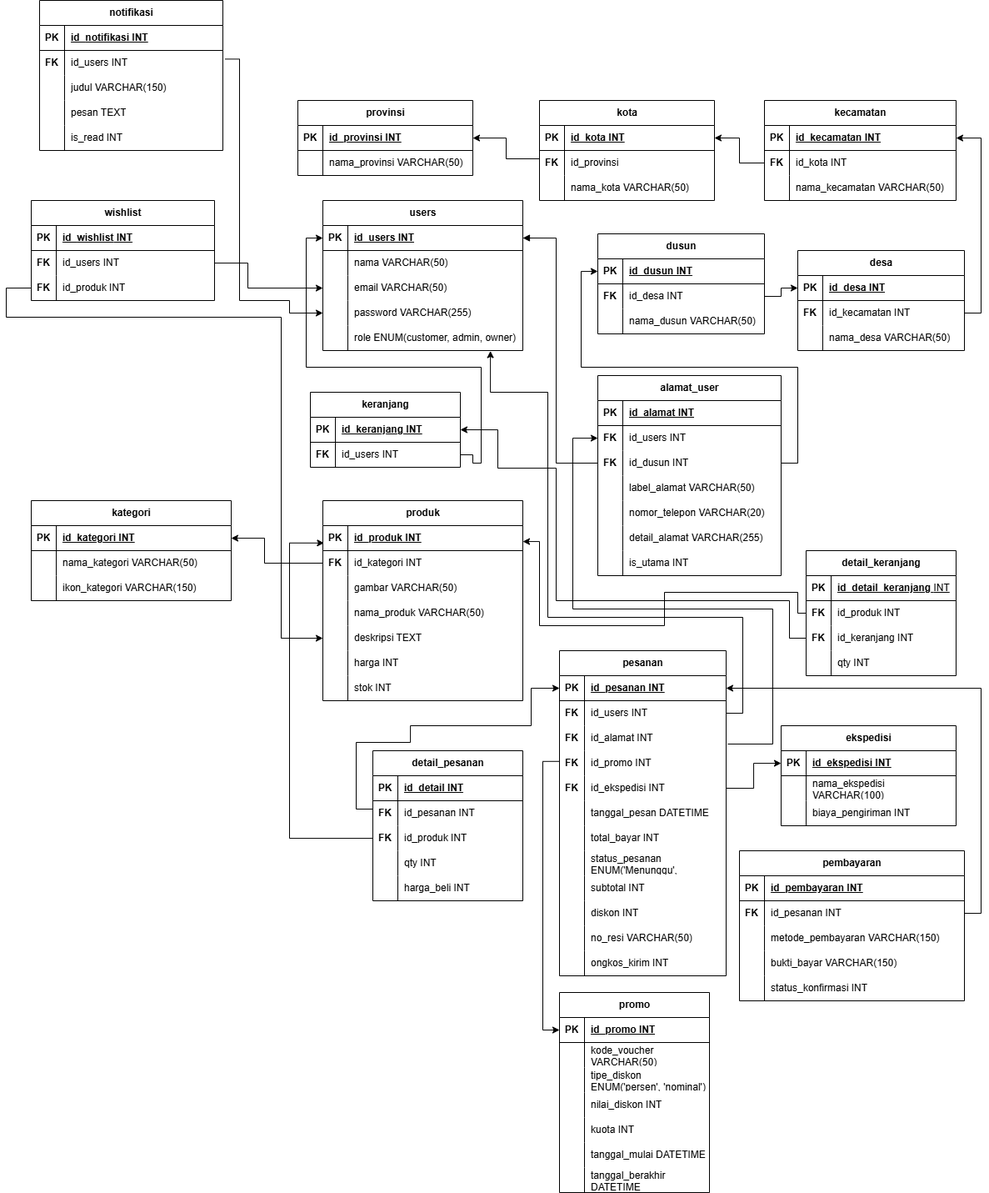
This is RELASI.drawio.png from muhammadainulfuady/elektronik-modern, a draw.io export, as it was before one commit. Source tidied: cells renumbered, new cells last; positions are measured from the earlier drawing's top-left corner, leaving out a move shared by most shapes.
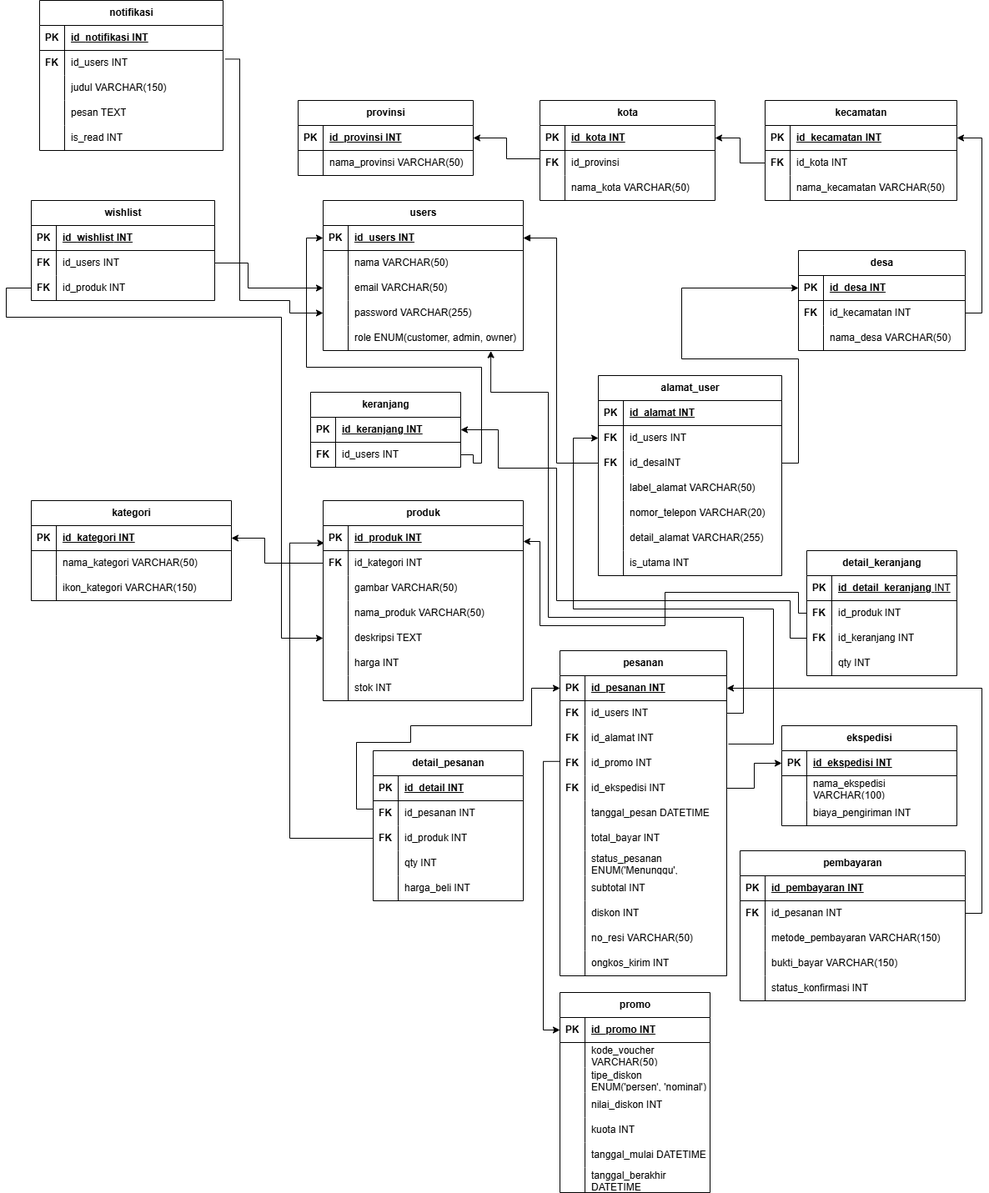
After the commit.

What changed in the source:
```diff
@@ -83,36 +83,6 @@
     <mxCell id="28" value="nama_desa VARCHAR(50)" style="shape=partialRectangle;fillColor=none;top=0;left=0;bottom=0;right=0;align=left;spacingLeft=6;overflow=hidden;whiteSpace=wrap;html=1;" parent="26" vertex="1">
       <mxGeometry x="30" width="170" height="30" as="geometry" />
     </mxCell>
-    <mxCell id="29" value="dusun" style="shape=table;startSize=30;rowLines=0;fontStyle=1;align=center;html=1;" parent="1" vertex="1">
-      <mxGeometry x="710" y="280" width="200" height="120" as="geometry" />
-    </mxCell>
-    <mxCell id="30" style="shape=tableRow;horizontal=0;startSize=0;swimlaneHead=0;swimlaneBody=0;fillColor=none;points=[[0,0.5],[1,0.5]];portConstraint=eastwest;top=0;left=0;right=0;bottom=1;" parent="29" vertex="1">
-      <mxGeometry y="30" width="200" height="30" as="geometry" />
-    </mxCell>
-    <mxCell id="31" value="PK" style="shape=partialRectangle;fillColor=none;top=0;left=0;bottom=0;right=0;fontStyle=1;overflow=hidden;whiteSpace=wrap;html=1;" parent="30" vertex="1">
-      <mxGeometry width="30" height="30" as="geometry" />
-    </mxCell>
-    <mxCell id="32" value="id_dusun INT" style="shape=partialRectangle;fillColor=none;top=0;left=0;bottom=0;right=0;align=left;spacingLeft=6;fontStyle=5;overflow=hidden;whiteSpace=wrap;html=1;" parent="30" vertex="1">
-      <mxGeometry x="30" width="170" height="30" as="geometry" />
-    </mxCell>
-    <mxCell id="33" style="shape=tableRow;horizontal=0;startSize=0;swimlaneHead=0;swimlaneBody=0;fillColor=none;points=[[0,0.5],[1,0.5]];portConstraint=eastwest;top=0;left=0;right=0;bottom=0;" parent="29" vertex="1">
-      <mxGeometry y="60" width="200" height="30" as="geometry" />
-    </mxCell>
-    <mxCell id="34" value="&lt;b&gt;FK&lt;/b&gt;" style="shape=partialRectangle;fillColor=none;top=0;left=0;bottom=0;right=0;overflow=hidden;whiteSpace=wrap;html=1;" parent="33" vertex="1">
-      <mxGeometry width="30" height="30" as="geometry" />
-    </mxCell>
-    <mxCell id="35" value="id_desa INT" style="shape=partialRectangle;fillColor=none;top=0;left=0;bottom=0;right=0;align=left;spacingLeft=6;overflow=hidden;whiteSpace=wrap;html=1;" parent="33" vertex="1">
-      <mxGeometry x="30" width="170" height="30" as="geometry" />
-    </mxCell>
-    <mxCell id="36" style="shape=tableRow;horizontal=0;startSize=0;swimlaneHead=0;swimlaneBody=0;fillColor=none;top=0;left=0;right=0;bottom=0;" parent="29" vertex="1">
-      <mxGeometry y="90" width="200" height="30" as="geometry" />
-    </mxCell>
-    <mxCell id="37" style="shape=partialRectangle;fillColor=none;top=0;left=0;bottom=0;right=0;overflow=hidden;whiteSpace=wrap;html=1;" parent="36" vertex="1">
-      <mxGeometry width="30" height="30" as="geometry" />
-    </mxCell>
-    <mxCell id="38" value="nama_dusun VARCHAR(50)" style="shape=partialRectangle;fillColor=none;top=0;left=0;bottom=0;right=0;align=left;spacingLeft=6;overflow=hidden;whiteSpace=wrap;html=1;" parent="36" vertex="1">
-      <mxGeometry x="30" width="170" height="30" as="geometry" />
-    </mxCell>
     <mxCell id="39" style="edgeStyle=orthogonalEdgeStyle;rounded=0;jettySize=auto;html=1;entryX=1;entryY=0.5;entryDx=0;entryDy=0;exitX=0.838;exitY=1.017;exitDx=0;exitDy=0;exitPerimeter=0;startArrow=classic;startFill=1;endArrow=none;endFill=0;" parent="1" edge="1" source="53" target="111">
       <mxGeometry relative="1" as="geometry">
         <Array as="points">
@@ -199,7 +169,7 @@
     <mxCell id="64" value="&lt;b&gt;FK&lt;/b&gt;" style="shape=partialRectangle;fillColor=none;top=0;left=0;bottom=0;right=0;overflow=hidden;whiteSpace=wrap;html=1;" parent="63" vertex="1">
       <mxGeometry width="30" height="30" as="geometry" />
     </mxCell>
-    <mxCell id="65" value="id_dusun INT" style="shape=partialRectangle;fillColor=none;top=0;left=0;bottom=0;right=0;align=left;spacingLeft=6;overflow=hidden;whiteSpace=wrap;html=1;" parent="63" vertex="1">
+    <mxCell id="65" value="id_desaINT" style="shape=partialRectangle;fillColor=none;top=0;left=0;bottom=0;right=0;align=left;spacingLeft=6;overflow=hidden;whiteSpace=wrap;html=1;" parent="63" vertex="1">
       <mxGeometry x="30" width="190" height="30" as="geometry" />
     </mxCell>
     <mxCell id="66" style="shape=tableRow;horizontal=0;startSize=0;swimlaneHead=0;swimlaneBody=0;fillColor=none;top=0;left=0;right=0;bottom=0;" parent="56" vertex="1">
@@ -568,8 +538,15 @@
     <mxCell id="187" style="edgeStyle=orthogonalEdgeStyle;rounded=0;jettySize=auto;html=1;entryX=0;entryY=0.5;entryDx=0;entryDy=0;startArrow=classic;startFill=1;endArrow=none;endFill=0;exitX=1;exitY=0.5;exitDx=0;exitDy=0;" parent="1" edge="1" source="177" target="13">
       <mxGeometry relative="1" as="geometry" />
     </mxCell>
-    <mxCell id="188" style="edgeStyle=orthogonalEdgeStyle;rounded=0;jettySize=auto;html=1;entryX=1;entryY=0.5;entryDx=0;entryDy=0;startArrow=classic;startFill=1;endArrow=none;endFill=0;exitX=0;exitY=0.5;exitDx=0;exitDy=0;" parent="1" edge="1" source="20" target="33">
-      <mxGeometry relative="1" as="geometry" />
+    <mxCell id="188" style="edgeStyle=orthogonalEdgeStyle;rounded=0;jettySize=auto;html=1;entryX=1;entryY=0.5;entryDx=0;entryDy=0;startArrow=classic;startFill=1;endArrow=none;endFill=0;exitX=0;exitY=0.5;exitDx=0;exitDy=0;" parent="1" edge="1" source="20" target="63">
+      <mxGeometry relative="1" as="geometry">
+        <Array as="points">
+          <mxPoint x="810" y="345" />
+          <mxPoint x="810" y="430" />
+          <mxPoint x="950" y="430" />
+          <mxPoint x="950" y="555" />
+        </Array>
+      </mxGeometry>
     </mxCell>
     <mxCell id="189" style="edgeStyle=orthogonalEdgeStyle;rounded=0;jettySize=auto;html=1;exitX=1;exitY=0.5;exitDx=0;exitDy=0;startArrow=block;startFill=1;endArrow=none;endFill=0;entryX=0;entryY=0.5;entryDx=0;entryDy=0;" parent="1" edge="1" source="41" target="63">
       <mxGeometry relative="1" as="geometry">
@@ -579,9 +556,6 @@
         </Array>
       </mxGeometry>
     </mxCell>
-    <mxCell id="190" style="edgeStyle=orthogonalEdgeStyle;rounded=0;jettySize=auto;html=1;entryX=1;entryY=0.5;entryDx=0;entryDy=0;exitX=0;exitY=0.5;exitDx=0;exitDy=0;startArrow=classic;startFill=1;endArrow=none;endFill=0;" parent="1" edge="1" source="30" target="63">
-      <mxGeometry relative="1" as="geometry" />
-    </mxCell>
     <mxCell id="191" style="edgeStyle=orthogonalEdgeStyle;rounded=0;jettySize=auto;html=1;entryX=1;entryY=0.5;entryDx=0;entryDy=0;startArrow=classic;startFill=1;endArrow=none;endFill=0;" parent="1" edge="1" source="10" target="23">
       <mxGeometry relative="1" as="geometry">
         <Array as="points">
```
